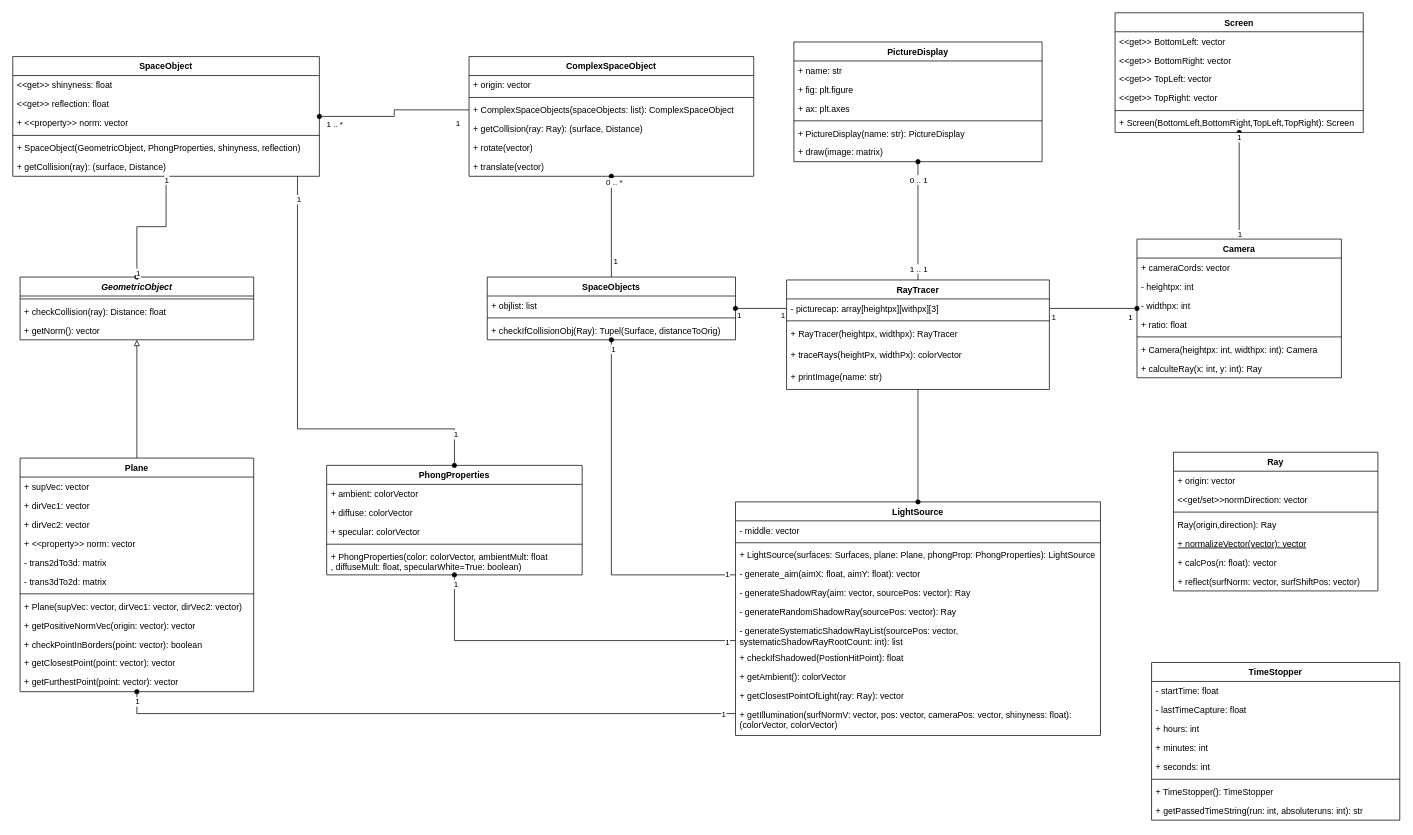
Before: rayclasses.drawio in FreshMax9000/RayTrace, a draw.io diagram. Source tidied: cells renumbered, new cells numbered last; positions are measured from the earlier drawing's top-left corner, leaving out a move shared by most shapes. Both pictures are drawn from the tidied source at 73%, with x=0, y=0 at pixel (12, 12).
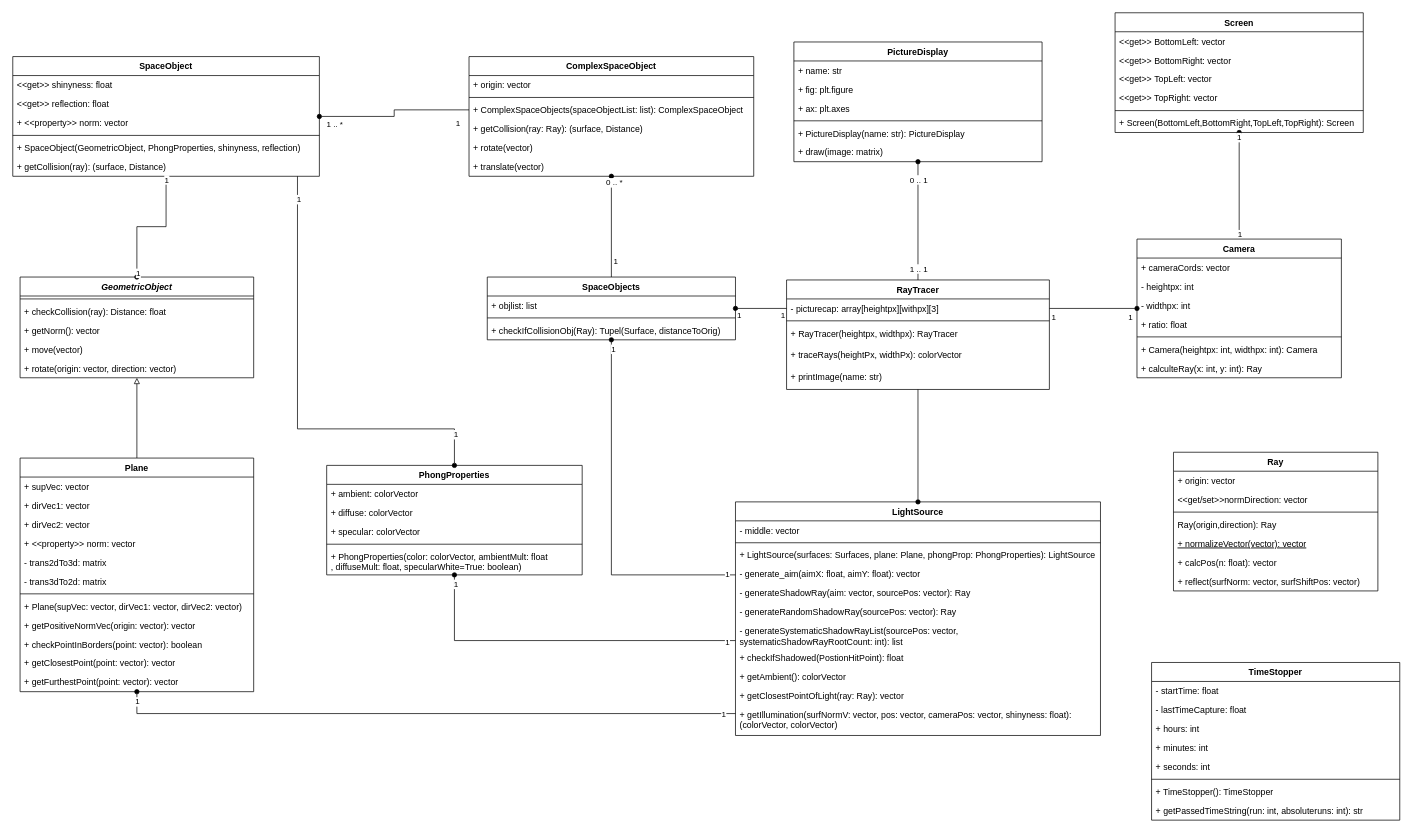
The same diagram, later.

Commit message:
Added move() and rotate() to GeoObj

Unchanged cells that the change refers to:
```xml
<mxCell id="125" value="ComplexSpaceObject" style="swimlane;fontStyle=1;align=center;verticalAlign=top;horizontal=1;startSize=26;" parent="1" vertex="1">
  <mxGeometry x="625" y="60" width="390" height="164" as="geometry" />
</mxCell>
```

Diff of the diagram source:
```diff
@@
     <mxCell id="118" value="GeometricObject" style="swimlane;fontStyle=3;align=center;verticalAlign=top;horizontal=1;startSize=26;" parent="1" vertex="1">
-      <mxGeometry x="10" y="362" width="320" height="86" as="geometry" />
+      <mxGeometry x="10" y="362" width="320" height="138" as="geometry" />
     </mxCell>
@@
+    <mxCell id="135" value="+ move(vector)" style="text;strokeColor=none;fillColor=none;align=left;verticalAlign=top;spacingLeft=4;spacingRight=4;overflow=hidden;" parent="118" vertex="1">
+      <mxGeometry y="86" width="320" height="26" as="geometry" />
+    </mxCell>
+    <mxCell id="136" value="+ rotate(origin: vector, direction: vector)" style="text;strokeColor=none;fillColor=none;align=left;verticalAlign=top;spacingLeft=4;spacingRight=4;overflow=hidden;" parent="118" vertex="1">
+      <mxGeometry y="112" width="320" height="26" as="geometry" />
+    </mxCell>
@@
-    <mxCell id="128" value="+ ComplexSpaceObjects(spaceObjects: list): ComplexSpaceObject" style="text;strokeColor=none;fillColor=none;align=left;verticalAlign=top;spacingLeft=4;spacingRight=4;overflow=hidden;points=[[0,0.5],[1,0.5]];portConstraint=eastwest;" parent="125" vertex="1">
+    <mxCell id="128" value="+ ComplexSpaceObjects(spaceObjectList: list): ComplexSpaceObject" style="text;strokeColor=none;fillColor=none;align=left;verticalAlign=top;spacingLeft=4;spacingRight=4;overflow=hidden;points=[[0,0.5],[1,0.5]];portConstraint=eastwest;" parent="125" vertex="1">
       <mxGeometry y="60" width="390" height="26" as="geometry" />
     </mxCell>
```
